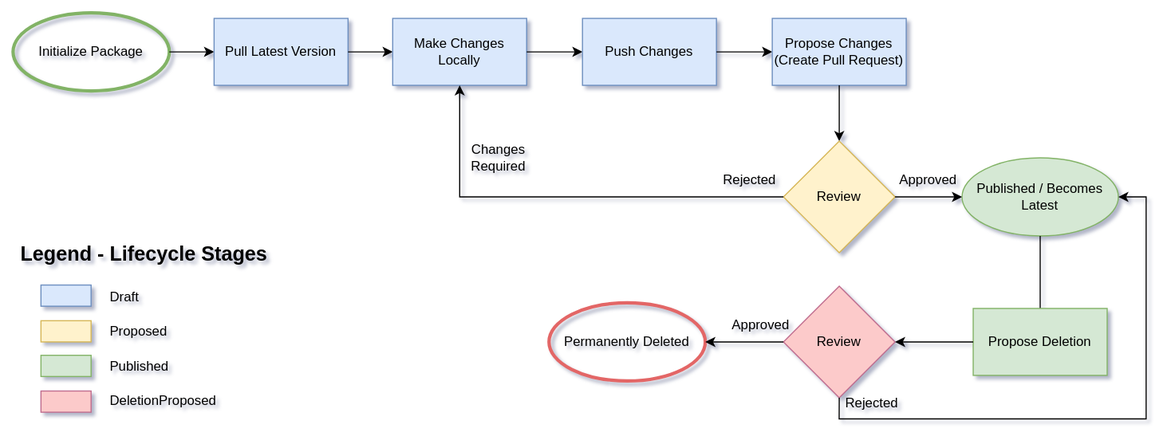
Before: docs/static/images/porch/lifecycle-flowchart.drawio.svg, a diagram exported from draw.io (nephio-project/porch). Source tidied: cells renumbered, new cells last; positions are measured from the earlier drawing's top-left corner, leaving out a move shared by most shapes.
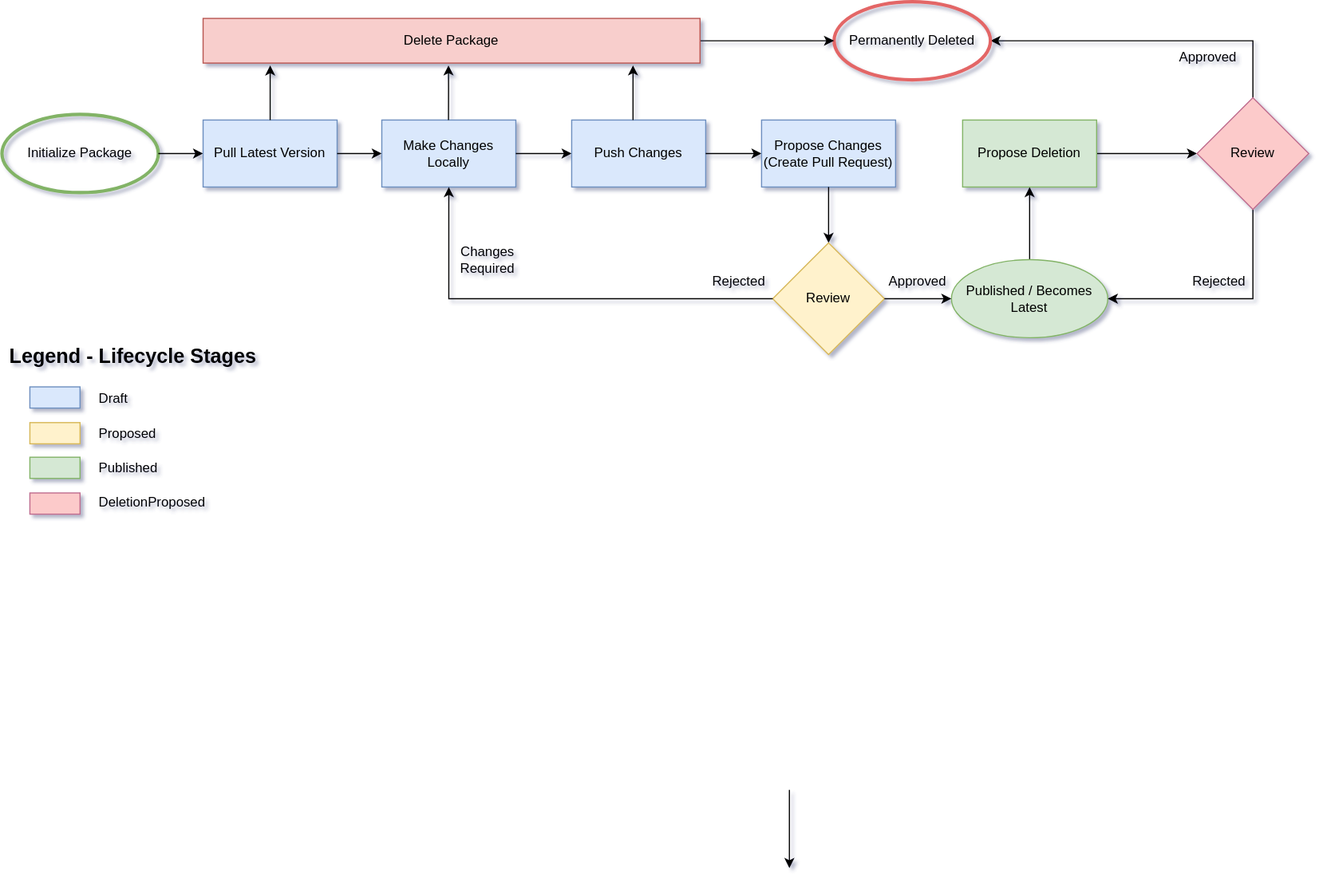
Later version of the same file.

Diff of the diagram source:
```diff
@@ -35,91 +35,128 @@
     <mxCell id="12" value="Review" style="rhombus;whiteSpace=wrap;html=1;fillColor=#fff2cc;strokeColor=#d6b656;" parent="1" vertex="1">
       <mxGeometry x="690.1" y="115" width="100" height="100" as="geometry" />
     </mxCell>
+    <mxCell id="14" style="edgeStyle=orthogonalEdgeStyle;rounded=0;jettySize=auto;html=1;entryX=0.5;entryY=1;entryDx=0;entryDy=0;" parent="1" edge="1" source="13" target="15">
+      <mxGeometry relative="1" as="geometry" />
+    </mxCell>
     <mxCell id="13" value="Published / Becomes Latest" style="ellipse;whiteSpace=wrap;html=1;fillColor=#d5e8d4;strokeColor=#82b366;" parent="1" vertex="1">
       <mxGeometry x="850.1" y="130" width="140" height="70" as="geometry" />
     </mxCell>
-    <mxCell id="14" style="endArrow=classic;html=1;rounded=0;exitX=0.5;exitY=1;exitDx=0;exitDy=0;entryX=0.5;entryY=1;entryDx=0;entryDy=0;" parent="1" edge="1" source="13" target="15">
-      <mxGeometry relative="1" as="geometry" />
-    </mxCell>
+    <mxCell id="17" style="edgeStyle=orthogonalEdgeStyle;rounded=0;jettySize=auto;html=1;entryX=0;entryY=0.5;entryDx=0;entryDy=0;" parent="1" edge="1" source="15" target="16">
+      <mxGeometry relative="1" as="geometry" />
+    </mxCell>
     <mxCell id="15" value="Propose Deletion" style="rounded=0;whiteSpace=wrap;html=1;fillColor=#d5e8d4;strokeColor=#82b366;align=center;verticalAlign=middle;fontFamily=Helvetica;fontSize=12;fontColor=default;" parent="1" vertex="1">
-      <mxGeometry x="860.1" y="265" width="120" height="60" as="geometry" />
+      <mxGeometry x="860.1" y="5" width="120" height="60" as="geometry" />
     </mxCell>
+    <mxCell id="23" style="edgeStyle=orthogonalEdgeStyle;rounded=0;jettySize=auto;html=1;entryX=1;entryY=0.5;entryDx=0;entryDy=0;exitX=0.5;exitY=1;exitDx=0;exitDy=0;" parent="1" edge="1" source="16" target="13">
+      <mxGeometry relative="1" as="geometry">
+        <Array as="points">
+          <mxPoint x="1120" y="165" />
+        </Array>
+      </mxGeometry>
+    </mxCell>
+    <mxCell id="20" style="edgeStyle=orthogonalEdgeStyle;rounded=0;jettySize=auto;html=1;entryX=1;entryY=0.5;entryDx=0;entryDy=0;" parent="1" edge="1" source="16" target="18">
+      <mxGeometry relative="1" as="geometry">
+        <Array as="points">
+          <mxPoint x="1120" y="-66" />
+        </Array>
+      </mxGeometry>
+    </mxCell>
     <mxCell id="16" value="Review" style="rhombus;whiteSpace=wrap;html=1;fillColor=#FCCACA;strokeColor=#BF6C8E;rounded=0;align=center;verticalAlign=middle;fontFamily=Helvetica;fontSize=12;fontColor=default;" parent="1" vertex="1">
-      <mxGeometry x="690.1" y="245" width="100" height="100" as="geometry" />
+      <mxGeometry x="1070" y="-15" width="100" height="100" as="geometry" />
     </mxCell>
-    <mxCell id="17" style="endArrow=classic;html=1;rounded=0;exitX=0;exitY=0.5;exitDx=0;exitDy=0;entryX=1;entryY=0.5;entryDx=0;entryDy=0;" parent="1" edge="1" source="15" target="16">
-      <mxGeometry relative="1" as="geometry" />
-    </mxCell>
     <mxCell id="18" value="Permanently Deleted" style="ellipse;whiteSpace=wrap;html=1;fillColor=none;strokeColor=#E36666;strokeWidth=3;" parent="1" vertex="1">
-      <mxGeometry x="480.1" y="260" width="140" height="70" as="geometry" />
+      <mxGeometry x="745" y="-101" width="140" height="70" as="geometry" />
     </mxCell>
-    <mxCell id="19" style="group;" parent="1" vertex="1">
-      <mxGeometry x="640" y="265" width="60" height="30" as="geometry" />
-    </mxCell>
-    <mxCell id="20" style="endArrow=classic;html=1;rounded=0;exitX=0;exitY=0.5;exitDx=0;exitDy=0;entryX=1;entryY=0.5;entryDx=0;entryDy=0;" parent="19" edge="1" source="16" target="18">
-      <mxGeometry relative="1" as="geometry" />
-    </mxCell>
-    <mxCell id="21" value="Approved" style="text;html=1;strokeColor=none;fillColor=none;align=center;verticalAlign=middle;whiteSpace=wrap;rounded=0;" parent="19" vertex="1">
-      <mxGeometry width="60" height="30" as="geometry" />
-    </mxCell>
-    <mxCell id="22" style="group;" parent="1" vertex="1">
-      <mxGeometry x="740" y="165" width="275" height="199" as="geometry" />
-    </mxCell>
-    <mxCell id="23" style="endArrow=classic;html=1;rounded=0;exitX=0.5;exitY=1;strokeWidth=1;entryX=1;entryY=0.5;exitDx=0;exitDy=0;entryDx=0;entryDy=0;" parent="22" edge="1" source="16" target="13">
-      <mxGeometry relative="1" as="geometry">
-        <Array as="points">
-          <mxPoint y="199" />
-          <mxPoint x="275" y="199" />
-          <mxPoint x="275" />
-        </Array>
-      </mxGeometry>
-    </mxCell>
-    <mxCell id="24" value="Rejected" style="text;html=1;strokeColor=none;fillColor=none;align=center;verticalAlign=middle;whiteSpace=wrap;rounded=0;" parent="22" vertex="1">
-      <mxGeometry y="170.6" width="58.9" height="28.4" as="geometry" />
-    </mxCell>
-    <mxCell id="25" style="group;" parent="1" vertex="1">
-      <mxGeometry x="790.1" y="135" width="60" height="30" as="geometry" />
-    </mxCell>
+    <mxCell id="38" style="group;" parent="1" vertex="1">
+      <mxGeometry x="790.1" y="135" width="60" height="30" as="geometry" />
+    </mxCell>
-    <mxCell id="26" style="endArrow=classic;html=1;rounded=0;" parent="25" edge="1" source="12" target="13">
+    <mxCell id="26" style="endArrow=classic;html=1;rounded=0;" parent="38" edge="1" source="12" target="13">
       <mxGeometry relative="1" as="geometry" />
     </mxCell>
-    <mxCell id="27" value="Approved" style="text;html=1;strokeColor=none;fillColor=none;align=center;verticalAlign=middle;whiteSpace=wrap;rounded=0;" parent="25" vertex="1">
-      <mxGeometry width="60" height="30" as="geometry" />
-    </mxCell>
-    <mxCell id="28" style="group;" parent="1" vertex="1">
-      <mxGeometry x="390.1" y="65" width="300" height="100" as="geometry" />
-    </mxCell>
-    <mxCell id="29" style="endArrow=classic;html=1;rounded=0;exitX=0;exitY=0.5;strokeWidth=1;entryX=0;entryY=0.5;exitDx=0;exitDy=0;" parent="28" edge="1" source="12">
-      <mxGeometry relative="1" as="geometry">
-        <mxPoint x="10" as="targetPoint" />
-        <Array as="points">
-          <mxPoint x="10" y="100" />
-        </Array>
-      </mxGeometry>
-    </mxCell>
+    <mxCell id="39" value="Approved" style="text;html=1;strokeColor=none;fillColor=none;align=center;verticalAlign=middle;whiteSpace=wrap;rounded=0;" parent="38" vertex="1">
+      <mxGeometry width="60" height="30" as="geometry" />
+    </mxCell>
+    <mxCell id="40" style="group;" parent="1" vertex="1">
+      <mxGeometry x="390.1" y="65" width="300" height="100" as="geometry" />
+    </mxCell>
+    <mxCell id="41" style="endArrow=classic;html=1;rounded=0;exitX=0;exitY=0.5;strokeWidth=1;entryX=0;entryY=0.5;exitDx=0;exitDy=0;" parent="40" edge="1" source="12">
+      <mxGeometry relative="1" as="geometry">
+        <mxPoint x="10" as="targetPoint" />
+        <Array as="points">
+          <mxPoint x="10" y="100" />
+        </Array>
+      </mxGeometry>
+    </mxCell>
-    <mxCell id="30" value="Rejected" style="text;html=1;strokeColor=none;fillColor=none;align=center;verticalAlign=middle;whiteSpace=wrap;rounded=0;" parent="28" vertex="1">
+    <mxCell id="30" value="Rejected" style="text;html=1;strokeColor=none;fillColor=none;align=center;verticalAlign=middle;whiteSpace=wrap;rounded=0;" parent="40" vertex="1">
       <mxGeometry x="240" y="70" width="60" height="30" as="geometry" />
     </mxCell>
-    <mxCell id="31" value="Changes Required" style="text;html=1;strokeColor=none;fillColor=none;align=center;verticalAlign=middle;whiteSpace=wrap;rounded=0;" parent="28" vertex="1">
+    <mxCell id="31" value="Changes Required" style="text;html=1;strokeColor=none;fillColor=none;align=center;verticalAlign=middle;whiteSpace=wrap;rounded=0;" parent="40" vertex="1">
       <mxGeometry y="50" width="90" height="30" as="geometry" />
     </mxCell>
-    <mxCell id="32" style="group;" parent="1" vertex="1">
-      <mxGeometry x="5" y="194" width="240" height="179" as="geometry" />
-    </mxCell>
+    <mxCell id="42" style="group;" parent="1" vertex="1">
+      <mxGeometry x="5" y="194" width="240" height="179" as="geometry" />
+    </mxCell>
-    <mxCell id="33" value="&lt;h1 style=&quot;margin-top: 0px;&quot;&gt;&lt;font style=&quot;font-size: 18px;&quot;&gt;Legend - Lifecycle Stages&lt;/font&gt;&lt;/h1&gt;&lt;blockquote style=&quot;margin: 0px 0px 0px 40px; border: none; padding: 0px; line-height: 160%;&quot;&gt;&lt;blockquote style=&quot;margin: 0 0 0 40px; border: none; padding: 0px;&quot;&gt;&lt;p&gt;Draft&lt;/p&gt;&lt;/blockquote&gt;&lt;blockquote style=&quot;margin: 0 0 0 40px; border: none; padding: 0px;&quot;&gt;&lt;p&gt;Proposed&lt;/p&gt;&lt;/blockquote&gt;&lt;blockquote style=&quot;margin: 0 0 0 40px; border: none; padding: 0px;&quot;&gt;&lt;p&gt;Published&lt;/p&gt;&lt;/blockquote&gt;&lt;blockquote style=&quot;margin: 0 0 0 40px; border: none; padding: 0px;&quot;&gt;&lt;p&gt;DeletionProposed&lt;/p&gt;&lt;/blockquote&gt;&lt;/blockquote&gt;" style="text;html=1;whiteSpace=wrap;overflow=hidden;rounded=0;" parent="32" vertex="1">
+    <mxCell id="33" value="&lt;h1 style=&quot;margin-top: 0px;&quot;&gt;&lt;font style=&quot;font-size: 18px;&quot;&gt;Legend - Lifecycle Stages&lt;/font&gt;&lt;/h1&gt;&lt;blockquote style=&quot;margin: 0px 0px 0px 40px; border: none; padding: 0px; line-height: 160%;&quot;&gt;&lt;blockquote style=&quot;margin: 0 0 0 40px; border: none; padding: 0px;&quot;&gt;&lt;p&gt;Draft&lt;/p&gt;&lt;/blockquote&gt;&lt;blockquote style=&quot;margin: 0 0 0 40px; border: none; padding: 0px;&quot;&gt;&lt;p&gt;Proposed&lt;/p&gt;&lt;/blockquote&gt;&lt;blockquote style=&quot;margin: 0 0 0 40px; border: none; padding: 0px;&quot;&gt;&lt;p&gt;Published&lt;/p&gt;&lt;/blockquote&gt;&lt;blockquote style=&quot;margin: 0 0 0 40px; border: none; padding: 0px;&quot;&gt;&lt;p&gt;DeletionProposed&lt;/p&gt;&lt;/blockquote&gt;&lt;/blockquote&gt;" style="text;html=1;whiteSpace=wrap;overflow=hidden;rounded=0;" parent="42" vertex="1">
       <mxGeometry width="240" height="179" as="geometry" />
     </mxCell>
-    <mxCell id="34" style="rounded=0;whiteSpace=wrap;html=1;fillColor=#dae8fc;strokeColor=#6c8ebf;" parent="32" vertex="1">
+    <mxCell id="34" style="rounded=0;whiteSpace=wrap;html=1;fillColor=#dae8fc;strokeColor=#6c8ebf;" parent="42" vertex="1">
       <mxGeometry x="20" y="50" width="44.9" height="19" as="geometry" />
     </mxCell>
-    <mxCell id="35" style="rounded=0;whiteSpace=wrap;html=1;fillColor=#fff2cc;strokeColor=#d6b656;align=center;verticalAlign=middle;fontFamily=Helvetica;fontSize=12;fontColor=default;" parent="32" vertex="1">
+    <mxCell id="35" style="rounded=0;whiteSpace=wrap;html=1;fillColor=#fff2cc;strokeColor=#d6b656;align=center;verticalAlign=middle;fontFamily=Helvetica;fontSize=12;fontColor=default;" parent="42" vertex="1">
       <mxGeometry x="20" y="82" width="44.9" height="19" as="geometry" />
     </mxCell>
-    <mxCell id="36" style="rounded=0;whiteSpace=wrap;html=1;fillColor=#d5e8d4;strokeColor=#82b366;align=center;verticalAlign=middle;fontFamily=Helvetica;fontSize=12;fontColor=default;" parent="32" vertex="1">
+    <mxCell id="36" style="rounded=0;whiteSpace=wrap;html=1;fillColor=#d5e8d4;strokeColor=#82b366;align=center;verticalAlign=middle;fontFamily=Helvetica;fontSize=12;fontColor=default;" parent="42" vertex="1">
       <mxGeometry x="20" y="113" width="44.9" height="19" as="geometry" />
     </mxCell>
-    <mxCell id="37" style="rounded=0;whiteSpace=wrap;html=1;fillColor=#FCCACA;strokeColor=#BF6C8E;align=center;verticalAlign=middle;fontFamily=Helvetica;fontSize=12;fontColor=default;" parent="32" vertex="1">
+    <mxCell id="37" style="rounded=0;whiteSpace=wrap;html=1;fillColor=#FCCACA;strokeColor=#BF6C8E;align=center;verticalAlign=middle;fontFamily=Helvetica;fontSize=12;fontColor=default;" parent="42" vertex="1">
       <mxGeometry x="20" y="145" width="44.9" height="19" as="geometry" />
     </mxCell>
+    <mxCell id="43" style="edgeStyle=orthogonalEdgeStyle;rounded=0;jettySize=auto;html=1;entryX=0;entryY=0.5;entryDx=0;entryDy=0;" parent="1" edge="1" source="44" target="18">
+      <mxGeometry relative="1" as="geometry" />
+    </mxCell>
+    <mxCell id="44" value="&lt;div&gt;Delete Package&lt;/div&gt;" style="rounded=0;whiteSpace=wrap;html=1;fillColor=#f8cecc;strokeColor=#b85450;" parent="1" vertex="1">
+      <mxGeometry x="180.1" y="-86" width="444.9" height="40" as="geometry" />
+    </mxCell>
+    <mxCell id="45" style="edgeStyle=orthogonalEdgeStyle;rounded=0;jettySize=auto;html=1;entryX=0.135;entryY=1.052;entryDx=0;entryDy=0;entryPerimeter=0;" parent="1" edge="1" source="4" target="44">
+      <mxGeometry relative="1" as="geometry" />
+    </mxCell>
+    <mxCell id="46" style="edgeStyle=orthogonalEdgeStyle;rounded=0;orthogonalLoop=1;jettySize=auto;html=1;entryX=0.135;entryY=1.052;entryDx=0;entryDy=0;entryPerimeter=0;" parent="1" edge="1">
+      <mxGeometry relative="1" as="geometry">
+        <mxPoint x="399.8" y="5" as="sourcePoint" />
+        <mxPoint x="399.8" y="-44" as="targetPoint" />
+        <Array as="points">
+          <mxPoint x="399.8" y="-24" />
+          <mxPoint x="399.8" y="-24" />
+        </Array>
+      </mxGeometry>
+    </mxCell>
+    <mxCell id="47" style="edgeStyle=orthogonalEdgeStyle;rounded=0;orthogonalLoop=1;jettySize=auto;html=1;entryX=0.135;entryY=1.052;entryDx=0;entryDy=0;entryPerimeter=0;" parent="1" edge="1">
+      <mxGeometry relative="1" as="geometry">
+        <mxPoint x="565" y="5" as="sourcePoint" />
+        <mxPoint x="565" y="-44" as="targetPoint" />
+        <Array as="points">
+          <mxPoint x="565" y="-24" />
+          <mxPoint x="565" y="-24" />
+        </Array>
+      </mxGeometry>
+    </mxCell>
+    <mxCell id="48" style="group;" parent="1" vertex="1">
+      <mxGeometry x="1060" y="135" width="60" height="30" as="geometry" />
+    </mxCell>
+    <mxCell id="49" style="endArrow=classic;html=1;rounded=0;" parent="48" edge="1">
+      <mxGeometry relative="1" as="geometry">
+        <mxPoint x="-355" y="470" as="sourcePoint" />
+        <mxPoint x="-355" y="540" as="targetPoint" />
+      </mxGeometry>
+    </mxCell>
+    <mxCell id="24" value="Rejected" style="text;html=1;strokeColor=none;fillColor=none;align=center;verticalAlign=middle;whiteSpace=wrap;rounded=0;" parent="48" vertex="1">
+      <mxGeometry width="60" height="30" as="geometry" />
+    </mxCell>
+    <mxCell id="50" style="group;" parent="1" vertex="1">
+      <mxGeometry x="1050" y="-66" width="60" height="30" as="geometry" />
+    </mxCell>
+    <mxCell id="51" value="Approved" style="text;html=1;strokeColor=none;fillColor=none;align=center;verticalAlign=middle;whiteSpace=wrap;rounded=0;" parent="50" vertex="1">
+      <mxGeometry width="60" height="30" as="geometry" />
+    </mxCell>
   </root>
 </mxGraphModel>
```
